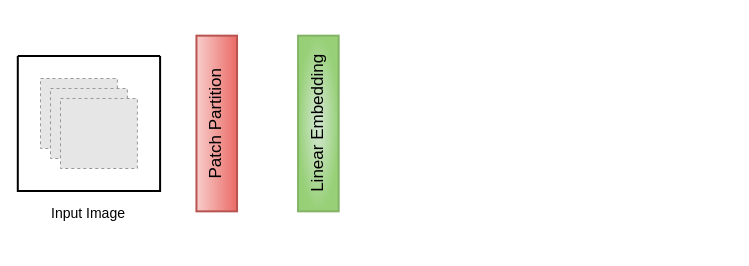
Above: Rosacea.drawio in a3X3k/-Random- (draw.io), before the change. Source tidied: cells renumbered, new cells numbered last; positions are measured from the earlier drawing's top-left corner, leaving out a move shared by most shapes. Both pictures are drawn from the tidied source at 100%, with x=0, y=0 at pixel (17, 56). Pictures stored in the file or linked from it are replaced by grey dashed boxes.
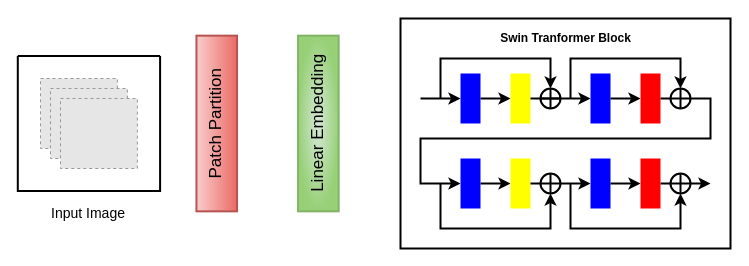
Above is the later version.

Change to the diagram source:
```diff
@@
+    <mxCell id="9" style="rounded=0;whiteSpace=wrap;html=1;strokeWidth=2;" parent="1" vertex="1">
+      <mxGeometry x="383" y="-38" width="330" height="230" as="geometry" />
+    </mxCell>
@@
+    <mxCell id="10" style="edgeStyle=orthogonalEdgeStyle;rounded=0;jettySize=auto;html=1;exitX=0.5;exitY=0;exitDx=0;exitDy=0;entryX=0.5;entryY=1;entryDx=0;entryDy=0;strokeWidth=2;" parent="1" edge="1" source="11" target="12">
+      <mxGeometry relative="1" as="geometry" />
+    </mxCell>
+    <mxCell id="11" style="rounded=0;whiteSpace=wrap;html=1;direction=south;strokeWidth=2;fillColor=#0000FF;strokeColor=none;" parent="1" vertex="1">
+      <mxGeometry x="443" y="17" width="20" height="50" as="geometry" />
+    </mxCell>
+    <mxCell id="12" style="rounded=0;whiteSpace=wrap;html=1;direction=south;strokeWidth=2;strokeColor=none;fillColor=#FFFF00;" parent="1" vertex="1">
+      <mxGeometry x="493" y="17" width="20" height="50" as="geometry" />
+    </mxCell>
+    <mxCell id="13" style="endArrow=classic;html=1;rounded=0;entryX=0.5;entryY=1;entryDx=0;entryDy=0;strokeWidth=2;" parent="1" edge="1" target="11">
+      <mxGeometry relative="1" as="geometry">
+        <mxPoint x="403" y="42" as="sourcePoint" />
+      </mxGeometry>
+    </mxCell>
+    <mxCell id="14" style="edgeStyle=orthogonalEdgeStyle;rounded=0;jettySize=auto;html=1;exitX=0.5;exitY=0;exitDx=0;exitDy=0;entryX=0.5;entryY=1;entryDx=0;entryDy=0;strokeWidth=2;" parent="1" edge="1" source="15" target="17">
+      <mxGeometry relative="1" as="geometry" />
+    </mxCell>
+    <mxCell id="15" style="rounded=0;whiteSpace=wrap;html=1;direction=south;strokeWidth=2;fillColor=#0000FF;strokeColor=none;" parent="1" vertex="1">
+      <mxGeometry x="573" y="17" width="20" height="50" as="geometry" />
+    </mxCell>
+    <mxCell id="16" style="edgeStyle=orthogonalEdgeStyle;rounded=0;jettySize=auto;html=1;exitX=0.5;exitY=0;exitDx=0;exitDy=0;strokeWidth=2;entryX=0.5;entryY=1;entryDx=0;entryDy=0;" parent="1" edge="1" source="17" target="28">
+      <mxGeometry relative="1" as="geometry">
+        <Array as="points">
+          <mxPoint x="693" y="42" />
+          <mxPoint x="693" y="82" />
+          <mxPoint x="403" y="82" />
+          <mxPoint x="403" y="127" />
+        </Array>
+      </mxGeometry>
+    </mxCell>
+    <mxCell id="17" style="rounded=0;whiteSpace=wrap;html=1;direction=south;strokeWidth=2;fillColor=#FF0000;strokeColor=none;" parent="1" vertex="1">
+      <mxGeometry x="623" y="17" width="20" height="50" as="geometry" />
+    </mxCell>
+    <mxCell id="18" style="endArrow=classic;html=1;rounded=0;entryX=0.5;entryY=1;entryDx=0;entryDy=0;strokeWidth=2;" parent="1" edge="1" target="15">
+      <mxGeometry relative="1" as="geometry">
+        <mxPoint x="543" y="42" as="sourcePoint" />
+      </mxGeometry>
+    </mxCell>
+    <mxCell id="19" style="ellipse;whiteSpace=wrap;html=1;strokeWidth=2;" parent="1" vertex="1">
+      <mxGeometry x="523" y="32" width="20" height="20" as="geometry" />
+    </mxCell>
+    <mxCell id="20" style="endArrow=none;html=1;rounded=0;entryX=1;entryY=0.5;entryDx=0;entryDy=0;exitX=0;exitY=0.5;exitDx=0;exitDy=0;strokeWidth=2;" parent="1" edge="1" source="19" target="19">
+      <mxGeometry relative="1" as="geometry" />
+    </mxCell>
+    <mxCell id="21" style="endArrow=none;html=1;rounded=0;entryX=0.5;entryY=0;entryDx=0;entryDy=0;exitX=0.5;exitY=1;exitDx=0;exitDy=0;strokeWidth=2;" parent="1" edge="1" source="19" target="19">
+      <mxGeometry relative="1" as="geometry" />
+    </mxCell>
+    <mxCell id="22" style="endArrow=classic;html=1;rounded=0;entryX=0.5;entryY=0;entryDx=0;entryDy=0;strokeWidth=2;" parent="1" edge="1" target="19">
+      <mxGeometry relative="1" as="geometry">
+        <mxPoint x="423" y="42" as="sourcePoint" />
+        <Array as="points">
+          <mxPoint x="423" y="2" />
+          <mxPoint x="483" y="2" />
+          <mxPoint x="533" y="2" />
+        </Array>
+      </mxGeometry>
+    </mxCell>
+    <mxCell id="23" style="ellipse;whiteSpace=wrap;html=1;strokeWidth=2;" parent="1" vertex="1">
+      <mxGeometry x="653" y="32" width="20" height="20" as="geometry" />
+    </mxCell>
+    <mxCell id="24" style="endArrow=none;html=1;rounded=0;entryX=1;entryY=0.5;entryDx=0;entryDy=0;exitX=0;exitY=0.5;exitDx=0;exitDy=0;strokeWidth=2;" parent="1" edge="1" source="23" target="23">
+      <mxGeometry relative="1" as="geometry" />
+    </mxCell>
+    <mxCell id="25" style="endArrow=none;html=1;rounded=0;entryX=0.5;entryY=0;entryDx=0;entryDy=0;exitX=0.5;exitY=1;exitDx=0;exitDy=0;strokeWidth=2;" parent="1" edge="1" source="23" target="23">
+      <mxGeometry relative="1" as="geometry" />
+    </mxCell>
+    <mxCell id="26" style="endArrow=classic;html=1;rounded=0;strokeWidth=2;" parent="1" edge="1">
+      <mxGeometry relative="1" as="geometry">
+        <mxPoint x="553" y="42" as="sourcePoint" />
+        <mxPoint x="663" y="32" as="targetPoint" />
+        <Array as="points">
+          <mxPoint x="553" y="2" />
+          <mxPoint x="613" y="2" />
+          <mxPoint x="663" y="2" />
+        </Array>
+      </mxGeometry>
+    </mxCell>
+    <mxCell id="27" style="edgeStyle=orthogonalEdgeStyle;rounded=0;jettySize=auto;html=1;exitX=0.5;exitY=0;exitDx=0;exitDy=0;entryX=0.5;entryY=1;entryDx=0;entryDy=0;strokeWidth=2;" parent="1" edge="1" source="28" target="29">
+      <mxGeometry relative="1" as="geometry" />
+    </mxCell>
+    <mxCell id="28" style="rounded=0;whiteSpace=wrap;html=1;direction=south;strokeWidth=2;strokeColor=none;fillColor=#0000FF;" parent="1" vertex="1">
+      <mxGeometry x="443" y="102" width="20" height="50" as="geometry" />
+    </mxCell>
+    <mxCell id="29" style="rounded=0;whiteSpace=wrap;html=1;direction=south;strokeWidth=2;strokeColor=none;fillColor=#FFFF00;" parent="1" vertex="1">
+      <mxGeometry x="493" y="102" width="20" height="50" as="geometry" />
+    </mxCell>
+    <mxCell id="30" style="edgeStyle=orthogonalEdgeStyle;rounded=0;jettySize=auto;html=1;exitX=0.5;exitY=0;exitDx=0;exitDy=0;entryX=0.5;entryY=1;entryDx=0;entryDy=0;strokeWidth=2;" parent="1" edge="1" source="31" target="33">
+      <mxGeometry relative="1" as="geometry" />
+    </mxCell>
+    <mxCell id="31" style="rounded=0;whiteSpace=wrap;html=1;direction=south;strokeWidth=2;strokeColor=none;fillColor=#0000FF;" parent="1" vertex="1">
+      <mxGeometry x="573" y="102" width="20" height="50" as="geometry" />
+    </mxCell>
+    <mxCell id="32" style="edgeStyle=orthogonalEdgeStyle;rounded=0;jettySize=auto;html=1;exitX=0.5;exitY=0;exitDx=0;exitDy=0;strokeWidth=2;" parent="1" edge="1" source="33">
+      <mxGeometry relative="1" as="geometry">
+        <mxPoint x="693" y="127" as="targetPoint" />
+      </mxGeometry>
+    </mxCell>
+    <mxCell id="33" style="rounded=0;whiteSpace=wrap;html=1;direction=south;strokeWidth=2;strokeColor=none;fillColor=#FF0000;" parent="1" vertex="1">
+      <mxGeometry x="623" y="102" width="20" height="50" as="geometry" />
+    </mxCell>
+    <mxCell id="34" style="endArrow=classic;html=1;rounded=0;entryX=0.5;entryY=1;entryDx=0;entryDy=0;strokeWidth=2;exitX=1;exitY=0.5;exitDx=0;exitDy=0;" parent="1" edge="1" source="35" target="31">
+      <mxGeometry relative="1" as="geometry" />
+    </mxCell>
+    <mxCell id="35" style="ellipse;whiteSpace=wrap;html=1;strokeWidth=2;" parent="1" vertex="1">
+      <mxGeometry x="523" y="117" width="20" height="20" as="geometry" />
+    </mxCell>
+    <mxCell id="36" style="endArrow=none;html=1;rounded=0;entryX=1;entryY=0.5;entryDx=0;entryDy=0;exitX=0;exitY=0.5;exitDx=0;exitDy=0;strokeWidth=2;" parent="1" edge="1" source="35" target="35">
+      <mxGeometry relative="1" as="geometry" />
+    </mxCell>
+    <mxCell id="37" style="endArrow=none;html=1;rounded=0;entryX=0.5;entryY=0;entryDx=0;entryDy=0;exitX=0.5;exitY=1;exitDx=0;exitDy=0;strokeWidth=2;" parent="1" edge="1" source="35" target="35">
+      <mxGeometry relative="1" as="geometry" />
+    </mxCell>
+    <mxCell id="38" style="ellipse;whiteSpace=wrap;html=1;strokeWidth=2;" parent="1" vertex="1">
+      <mxGeometry x="653" y="117" width="20" height="20" as="geometry" />
+    </mxCell>
+    <mxCell id="39" style="endArrow=none;html=1;rounded=0;entryX=1;entryY=0.5;entryDx=0;entryDy=0;exitX=0;exitY=0.5;exitDx=0;exitDy=0;strokeWidth=2;" parent="1" edge="1" source="38" target="38">
+      <mxGeometry relative="1" as="geometry" />
+    </mxCell>
+    <mxCell id="40" style="endArrow=none;html=1;rounded=0;entryX=0.5;entryY=0;entryDx=0;entryDy=0;exitX=0.5;exitY=1;exitDx=0;exitDy=0;strokeWidth=2;" parent="1" edge="1" source="38" target="38">
+      <mxGeometry relative="1" as="geometry" />
+    </mxCell>
+    <mxCell id="41" style="endArrow=none;html=1;rounded=0;exitX=0.5;exitY=0;exitDx=0;exitDy=0;strokeWidth=2;" parent="1" edge="1" source="12">
+      <mxGeometry relative="1" as="geometry">
+        <mxPoint x="543" y="42" as="targetPoint" />
+      </mxGeometry>
+    </mxCell>
+    <mxCell id="42" style="endArrow=none;html=1;rounded=0;entryX=0;entryY=0.5;entryDx=0;entryDy=0;exitX=0.5;exitY=0;exitDx=0;exitDy=0;strokeWidth=2;" parent="1" edge="1" source="29" target="35">
+      <mxGeometry relative="1" as="geometry" />
+    </mxCell>
+    <mxCell id="43" style="endArrow=classic;html=1;rounded=0;entryX=0.5;entryY=1;entryDx=0;entryDy=0;strokeWidth=2;" parent="1" edge="1" target="35">
+      <mxGeometry relative="1" as="geometry">
+        <mxPoint x="423" y="127" as="sourcePoint" />
+        <Array as="points">
+          <mxPoint x="423" y="152" />
+          <mxPoint x="423" y="172" />
+          <mxPoint x="473" y="172" />
+          <mxPoint x="533" y="172" />
+        </Array>
+      </mxGeometry>
+    </mxCell>
+    <mxCell id="44" style="endArrow=classic;html=1;rounded=0;strokeWidth=2;entryX=0.5;entryY=1;entryDx=0;entryDy=0;" parent="1" edge="1" target="38">
+      <mxGeometry relative="1" as="geometry">
+        <mxPoint x="553" y="127" as="sourcePoint" />
+        <Array as="points">
+          <mxPoint x="553" y="152" />
+          <mxPoint x="553" y="172" />
+          <mxPoint x="623" y="172" />
+          <mxPoint x="663" y="172" />
+        </Array>
+      </mxGeometry>
+    </mxCell>
+    <mxCell id="45" value="Swin Tranformer Block" style="text;html=1;align=center;verticalAlign=middle;whiteSpace=wrap;rounded=0;fontStyle=1;" parent="1" vertex="1">
+      <mxGeometry x="480.5" y="-28" width="135" height="20" as="geometry" />
+    </mxCell>
```
